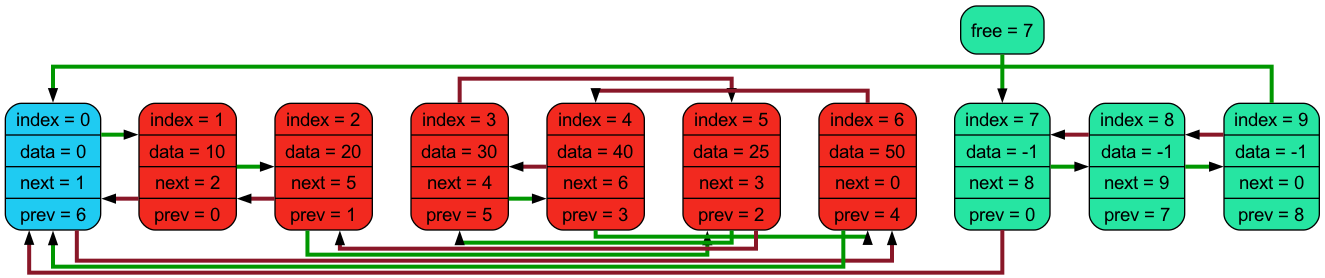
This is dump.png from livlavr/Linked-list, a Graphviz export, as it was before one commit. Its source is kept beside it as dump.dot. Its diagram source:
```dot
digraph llist{
splines=ortho;
nodesep=0.4;
node [shape=record, fontname="Arial"];
edge [style=bold, color="#009700:black;0.001", weight=0, overlap = false, penwidth=3, arrowsize=0.5];
0 [style = "filled, rounded", fillcolor="#1fcbf2", label="{ index = 0 | data = 0 | next = 1 | prev = 6 }" ];
1 [style = "filled, rounded", fillcolor="#f2291f", label="{ index = 1 | data = 10 | next = 2 | prev = 0 }" ];
2 [style = "filled, rounded", fillcolor="#f2291f", label="{ index = 2 | data = 20 | next = 5 | prev = 1 }" ];
3 [style = "filled, rounded", fillcolor="#f2291f", label="{ index = 3 | data = 30 | next = 4 | prev = 5 }" ];
4 [style = "filled, rounded", fillcolor="#f2291f", label="{ index = 4 | data = 40 | next = 6 | prev = 3 }" ];
5 [style = "filled, rounded", fillcolor="#f2291f", label="{ index = 5 | data = 25 | next = 3 | prev = 2 }" ];
6 [style = "filled, rounded", fillcolor="#f2291f", label="{ index = 6 | data = 50 | next = 0 | prev = 4 }" ];
7 [style = "filled, rounded", fillcolor="#f2291f", label="{ index = 7 | data = -1 | next = 8 | prev = 0 }" ];
8 [style = "filled, rounded", fillcolor="#f2291f", label="{ index = 8 | data = -1 | next = 9 | prev = 7 }" ];
9 [style = "filled, rounded", fillcolor="#f2291f", label="{ index = 9 | data = -1 | next = 0 | prev = 8 }" ];
free [style = "filled, rounded", fillcolor="#26e5a2", label="free = 7" ];
7 [style = "filled, rounded", fillcolor="#26e5a2"];
8 [style = "filled, rounded", fillcolor="#26e5a2"];
9 [style = "filled, rounded", fillcolor="#26e5a2"];
{ rank = same; 0; 1; 2; 3; 4; 5; 6; 7; 8; 9}
0->1->2->3->4->5->6->7->8->9 [style=bold, weight=10, style=invis];
free->7;
0->1;
1->2;
2->5;
3->4;
4->6;
5->3;
6->0;
7->8;
8->9;
9->0;
edge [style=bold, color="#891728:black;0.001", weight=0, overlap = false, penwidth=3, arrowsize=0.5];
0->6;
1->0;
2->1;
3->5;
4->3;
5->2;
6->4;
7->0;
8->7;
9->8;
}
```
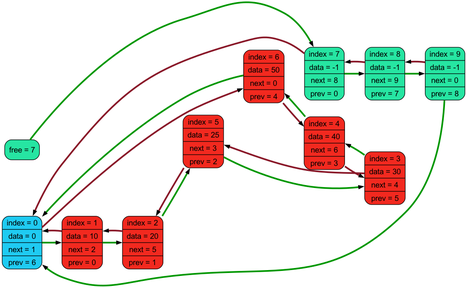
The same diagram one commit later.

Commit message:
bad dump but readable

What changed in the source:
```diff
@@ -1,23 +1,22 @@
 digraph llist{
-splines=ortho;
+rankdir=LR;
 nodesep=0.4;
 node [shape=record, fontname="Arial"];
-edge [style=bold, color="#009700:black;0.001", weight=0, overlap = false, penwidth=3, arrowsize=0.5];
-0 [style = "filled, rounded", fillcolor="#1fcbf2", label="{ index = 0 | data = 0 | next = 1 | prev = 6 }" ];
-1 [style = "filled, rounded", fillcolor="#f2291f", label="{ index = 1 | data = 10 | next = 2 | prev = 0 }" ];
-2 [style = "filled, rounded", fillcolor="#f2291f", label="{ index = 2 | data = 20 | next = 5 | prev = 1 }" ];
-3 [style = "filled, rounded", fillcolor="#f2291f", label="{ index = 3 | data = 30 | next = 4 | prev = 5 }" ];
-4 [style = "filled, rounded", fillcolor="#f2291f", label="{ index = 4 | data = 40 | next = 6 | prev = 3 }" ];
-5 [style = "filled, rounded", fillcolor="#f2291f", label="{ index = 5 | data = 25 | next = 3 | prev = 2 }" ];
-6 [style = "filled, rounded", fillcolor="#f2291f", label="{ index = 6 | data = 50 | next = 0 | prev = 4 }" ];
-7 [style = "filled, rounded", fillcolor="#f2291f", label="{ index = 7 | data = -1 | next = 8 | prev = 0 }" ];
-8 [style = "filled, rounded", fillcolor="#f2291f", label="{ index = 8 | data = -1 | next = 9 | prev = 7 }" ];
-9 [style = "filled, rounded", fillcolor="#f2291f", label="{ index = 9 | data = -1 | next = 0 | prev = 8 }" ];
+edge [style=bold, color="#009700:black;0.001", weight=0, penwidth=3, arrowsize=0.5];
+0 [style = "filled, rounded", fillcolor="#1fcbf2", label=" index = 0 | data = 0 | next = 1 | prev = 6" ];
+1 [style = "filled, rounded", fillcolor="#f2291f", label=" index = 1 | data = 10 | next = 2 | prev = 0" ];
+2 [style = "filled, rounded", fillcolor="#f2291f", label=" index = 2 | data = 20 | next = 5 | prev = 1" ];
+3 [style = "filled, rounded", fillcolor="#f2291f", label=" index = 3 | data = 30 | next = 4 | prev = 5" ];
+4 [style = "filled, rounded", fillcolor="#f2291f", label=" index = 4 | data = 40 | next = 6 | prev = 3" ];
+5 [style = "filled, rounded", fillcolor="#f2291f", label=" index = 5 | data = 25 | next = 3 | prev = 2" ];
+6 [style = "filled, rounded", fillcolor="#f2291f", label=" index = 6 | data = 50 | next = 0 | prev = 4" ];
+7 [style = "filled, rounded", fillcolor="#f2291f", label=" index = 7 | data = -1 | next = 8 | prev = 0" ];
+8 [style = "filled, rounded", fillcolor="#f2291f", label=" index = 8 | data = -1 | next = 9 | prev = 7" ];
+9 [style = "filled, rounded", fillcolor="#f2291f", label=" index = 9 | data = -1 | next = 0 | prev = 8" ];
 free [style = "filled, rounded", fillcolor="#26e5a2", label="free = 7" ];
 7 [style = "filled, rounded", fillcolor="#26e5a2"];
 8 [style = "filled, rounded", fillcolor="#26e5a2"];
 9 [style = "filled, rounded", fillcolor="#26e5a2"];
-{ rank = same; 0; 1; 2; 3; 4; 5; 6; 7; 8; 9}
 0->1->2->3->4->5->6->7->8->9 [style=bold, weight=10, style=invis];
 free->7;
 0->1;
@@ -30,7 +29,7 @@
 7->8;
 8->9;
 9->0;
-edge [style=bold, color="#891728:black;0.001", weight=0, overlap = false, penwidth=3, arrowsize=0.5];
+edge [style=bold, color="#891728:black;0.001", weight=0, penwidth=3, arrowsize=0.5];
 0->6;
 1->0;
 2->1;
```
